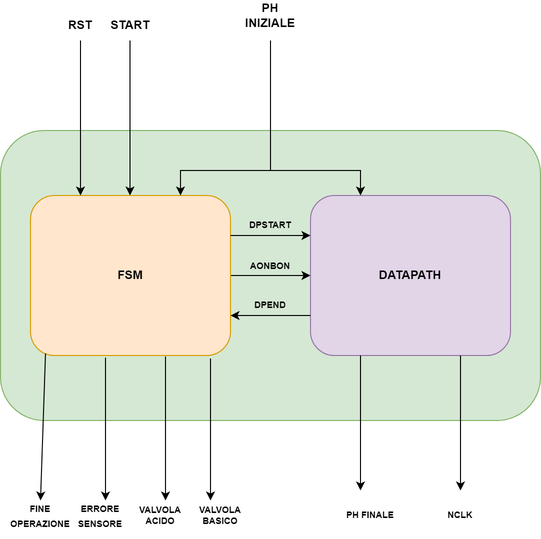
Above: relazione/resources/img/schema_generale.png in vivia1990/univr-progetto-sis (draw.io), before the change. Source tidied: cells renumbered, new cells last; positions are measured from the earlier drawing's top-left corner, leaving out a move shared by most shapes.
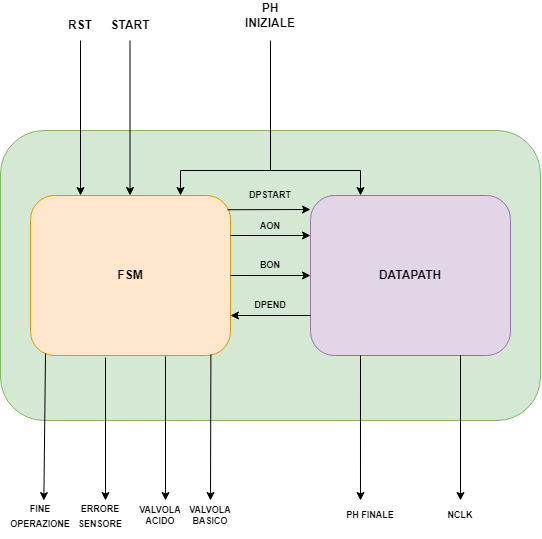
After the commit.

What changed in the source:
```diff
@@ -5,22 +5,12 @@
     <mxCell id="2" style="rounded=1;whiteSpace=wrap;html=1;fillColor=#d5e8d4;strokeColor=#82b366;" parent="1" vertex="1">
       <mxGeometry y="130" width="540" height="290" as="geometry" />
     </mxCell>
-    <mxCell id="3" style="edgeStyle=orthogonalEdgeStyle;rounded=0;jettySize=auto;html=1;exitX=1;exitY=0.5;exitDx=0;exitDy=0;entryX=0;entryY=0.5;entryDx=0;entryDy=0;startArrow=none;startFill=0;endArrow=classic;endFill=1;" parent="1" edge="1" source="4" target="5">
-      <mxGeometry relative="1" as="geometry" />
-    </mxCell>
     <mxCell id="4" value="&lt;b&gt;FSM&lt;/b&gt;" style="rounded=1;whiteSpace=wrap;html=1;fillColor=#ffe6cc;strokeColor=#d79b00;" parent="1" vertex="1">
       <mxGeometry x="30" y="195" width="200" height="160" as="geometry" />
     </mxCell>
     <mxCell id="5" value="&lt;b&gt;DATAPATH&lt;/b&gt;" style="rounded=1;whiteSpace=wrap;html=1;fillColor=#e1d5e7;strokeColor=#9673a6;" parent="1" vertex="1">
       <mxGeometry x="310" y="195" width="200" height="160" as="geometry" />
     </mxCell>
-    <mxCell id="6" style="endArrow=classic;html=1;rounded=0;exitX=1;exitY=0.25;exitDx=0;exitDy=0;entryX=0;entryY=0.25;entryDx=0;entryDy=0;startArrow=none;startFill=0;endFill=1;" parent="1" edge="1" source="4" target="5">
-      <mxGeometry relative="1" as="geometry">
-        <Array as="points">
-          <mxPoint x="270" y="235" />
-        </Array>
-      </mxGeometry>
-    </mxCell>
     <mxCell id="7" style="endArrow=none;html=1;rounded=0;entryX=0;entryY=0.75;entryDx=0;entryDy=0;exitX=1;exitY=0.75;exitDx=0;exitDy=0;startArrow=classic;startFill=1;endFill=0;" parent="1" edge="1" source="4" target="5">
       <mxGeometry relative="1" as="geometry" />
     </mxCell>
@@ -59,7 +49,7 @@
         </Array>
       </mxGeometry>
     </mxCell>
-    <mxCell id="13" style="endArrow=classic;html=1;rounded=0;entryX=0.5;entryY=0;entryDx=0;entryDy=0;exitX=0.075;exitY=0.988;exitDx=0;exitDy=0;exitPerimeter=0;" parent="1" edge="1" source="4" target="22">
+    <mxCell id="13" style="endArrow=classic;html=1;rounded=0;entryX=0.556;entryY=0.004;entryDx=0;entryDy=0;exitX=0.075;exitY=0.988;exitDx=0;exitDy=0;exitPerimeter=0;entryPerimeter=0;" parent="1" edge="1" source="4" target="22">
       <mxGeometry relative="1" as="geometry" />
     </mxCell>
     <mxCell id="14" style="endArrow=classic;html=1;rounded=0;exitX=0.675;exitY=1.006;exitDx=0;exitDy=0;exitPerimeter=0;" parent="1" edge="1" source="4">
@@ -67,7 +57,7 @@
         <mxPoint x="165" y="500" as="targetPoint" />
       </mxGeometry>
     </mxCell>
-    <mxCell id="15" style="endArrow=classic;html=1;rounded=0;exitX=0.9;exitY=1.019;exitDx=0;exitDy=0;exitPerimeter=0;" parent="1" edge="1" source="4">
+    <mxCell id="15" style="endArrow=classic;html=1;rounded=0;exitX=0.902;exitY=0.993;exitDx=0;exitDy=0;exitPerimeter=0;" parent="1" edge="1" source="4">
       <mxGeometry relative="1" as="geometry">
         <mxPoint x="210" y="500" as="targetPoint" />
       </mxGeometry>
@@ -77,15 +67,11 @@
         <mxPoint x="105" y="500" as="targetPoint" />
       </mxGeometry>
     </mxCell>
-    <mxCell id="17" style="endArrow=classic;html=1;rounded=0;exitX=0.25;exitY=1;exitDx=0;exitDy=0;" parent="1" edge="1" source="5">
-      <mxGeometry relative="1" as="geometry">
-        <mxPoint x="360" y="490" as="targetPoint" />
-      </mxGeometry>
+    <mxCell id="17" style="endArrow=classic;html=1;rounded=0;exitX=0.25;exitY=1;exitDx=0;exitDy=0;entryX=0.333;entryY=0;entryDx=0;entryDy=0;entryPerimeter=0;" parent="1" edge="1" source="5" target="27">
+      <mxGeometry relative="1" as="geometry" />
     </mxCell>
-    <mxCell id="18" style="endArrow=classic;html=1;rounded=0;exitX=0.75;exitY=1;exitDx=0;exitDy=0;" parent="1" edge="1" source="5">
-      <mxGeometry relative="1" as="geometry">
-        <mxPoint x="460" y="490" as="targetPoint" />
-      </mxGeometry>
+    <mxCell id="18" style="endArrow=classic;html=1;rounded=0;exitX=0.75;exitY=1;exitDx=0;exitDy=0;entryX=0.5;entryY=0;entryDx=0;entryDy=0;" parent="1" edge="1" source="5" target="28">
+      <mxGeometry relative="1" as="geometry" />
     </mxCell>
     <mxCell id="19" value="&lt;b&gt;RST&lt;/b&gt;" style="text;html=1;strokeColor=none;fillColor=none;align=center;verticalAlign=middle;whiteSpace=wrap;rounded=0;" parent="1" vertex="1">
       <mxGeometry x="50" y="10" width="60" height="30" as="geometry" />
@@ -109,7 +95,7 @@
       <mxGeometry x="130" y="500" width="60" height="30" as="geometry" />
     </mxCell>
     <mxCell id="26" value="&lt;b&gt;VALVOLA BASICO&lt;/b&gt;" style="text;html=1;strokeColor=none;fillColor=none;align=center;verticalAlign=middle;whiteSpace=wrap;rounded=0;fontSize=9;" parent="1" vertex="1">
-      <mxGeometry x="190" y="500" width="60" height="30" as="geometry" />
+      <mxGeometry x="180" y="500" width="60" height="30" as="geometry" />
     </mxCell>
     <mxCell id="27" value="&lt;b&gt;PH FINALE&lt;/b&gt;" style="text;html=1;strokeColor=none;fillColor=none;align=center;verticalAlign=middle;whiteSpace=wrap;rounded=0;fontSize=9;" parent="1" vertex="1">
       <mxGeometry x="340" y="500" width="60" height="30" as="geometry" />
@@ -121,10 +107,24 @@
       <mxGeometry x="240" y="290" width="60" height="30" as="geometry" />
     </mxCell>
     <mxCell id="30" value="&lt;b&gt;DPSTART&lt;/b&gt;" style="text;html=1;strokeColor=none;fillColor=none;align=center;verticalAlign=middle;whiteSpace=wrap;rounded=0;fontSize=9;" parent="1" vertex="1">
-      <mxGeometry x="240" y="210" width="60" height="30" as="geometry" />
+      <mxGeometry x="240" y="180" width="60" height="30" as="geometry" />
     </mxCell>
-    <mxCell id="31" value="&lt;b&gt;&lt;font style=&quot;font-size: 9px;&quot;&gt;AONBON&lt;/font&gt;&lt;/b&gt;" style="text;html=1;strokeColor=none;fillColor=none;align=center;verticalAlign=middle;whiteSpace=wrap;rounded=0;" parent="1" vertex="1">
-      <mxGeometry x="240" y="250" width="60" height="30" as="geometry" />
-    </mxCell>
+    <mxCell id="32" style="endArrow=classic;html=1;rounded=0;fontSize=9;exitX=0.985;exitY=0.089;exitDx=0;exitDy=0;exitPerimeter=0;" parent="1" edge="1" source="4">
+      <mxGeometry relative="1" as="geometry">
+        <mxPoint x="310" y="209" as="targetPoint" />
+      </mxGeometry>
+    </mxCell>
+    <mxCell id="33" style="endArrow=classic;html=1;rounded=0;exitX=1;exitY=0.25;exitDx=0;exitDy=0;entryX=0;entryY=0.25;entryDx=0;entryDy=0;" parent="1" edge="1" source="4" target="5">
+      <mxGeometry relative="1" as="geometry" />
+    </mxCell>
+    <mxCell id="34" style="endArrow=classic;html=1;rounded=0;exitX=1;exitY=0.5;exitDx=0;exitDy=0;entryX=0;entryY=0.5;entryDx=0;entryDy=0;" parent="1" edge="1" source="4" target="5">
+      <mxGeometry relative="1" as="geometry" />
+    </mxCell>
+    <mxCell id="35" value="&lt;b&gt;&lt;font style=&quot;font-size: 9px;&quot;&gt;AON&lt;/font&gt;&lt;/b&gt;" style="text;html=1;strokeColor=none;fillColor=none;align=center;verticalAlign=middle;whiteSpace=wrap;rounded=0;" parent="1" vertex="1">
+      <mxGeometry x="240" y="210" width="60" height="30" as="geometry" />
+    </mxCell>
+    <mxCell id="36" value="&lt;b&gt;BON&lt;/b&gt;" style="text;html=1;strokeColor=none;fillColor=none;align=center;verticalAlign=middle;whiteSpace=wrap;rounded=0;fontSize=9;" parent="1" vertex="1">
+      <mxGeometry x="240" y="250" width="60" height="30" as="geometry" />
+    </mxCell>
   </root>
 </mxGraphModel>
```
